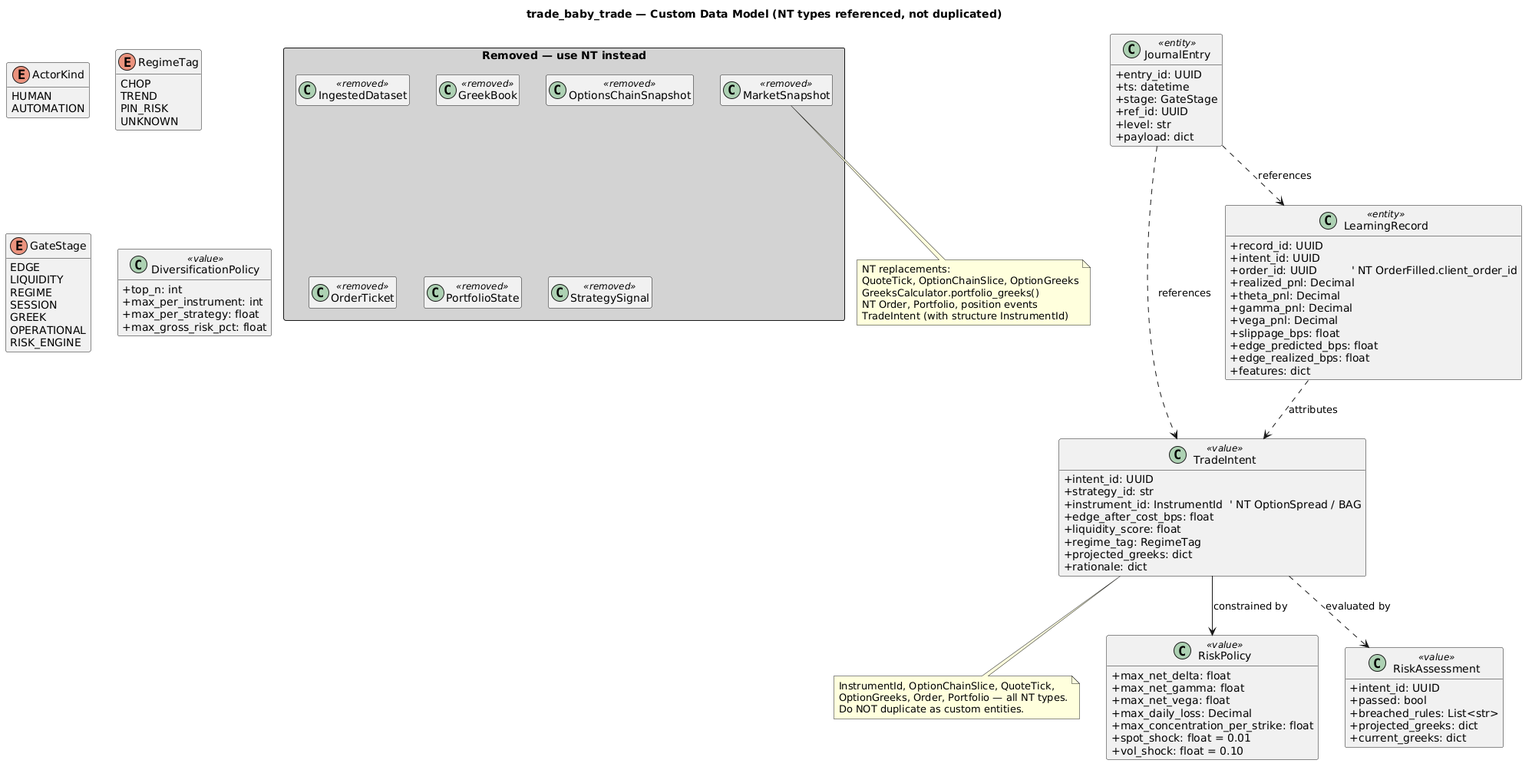
abhushansahu/nautilus-quant-scaffold keeps this PlantUML diagram as docs/design/data-model.png. Above is the earlier version.
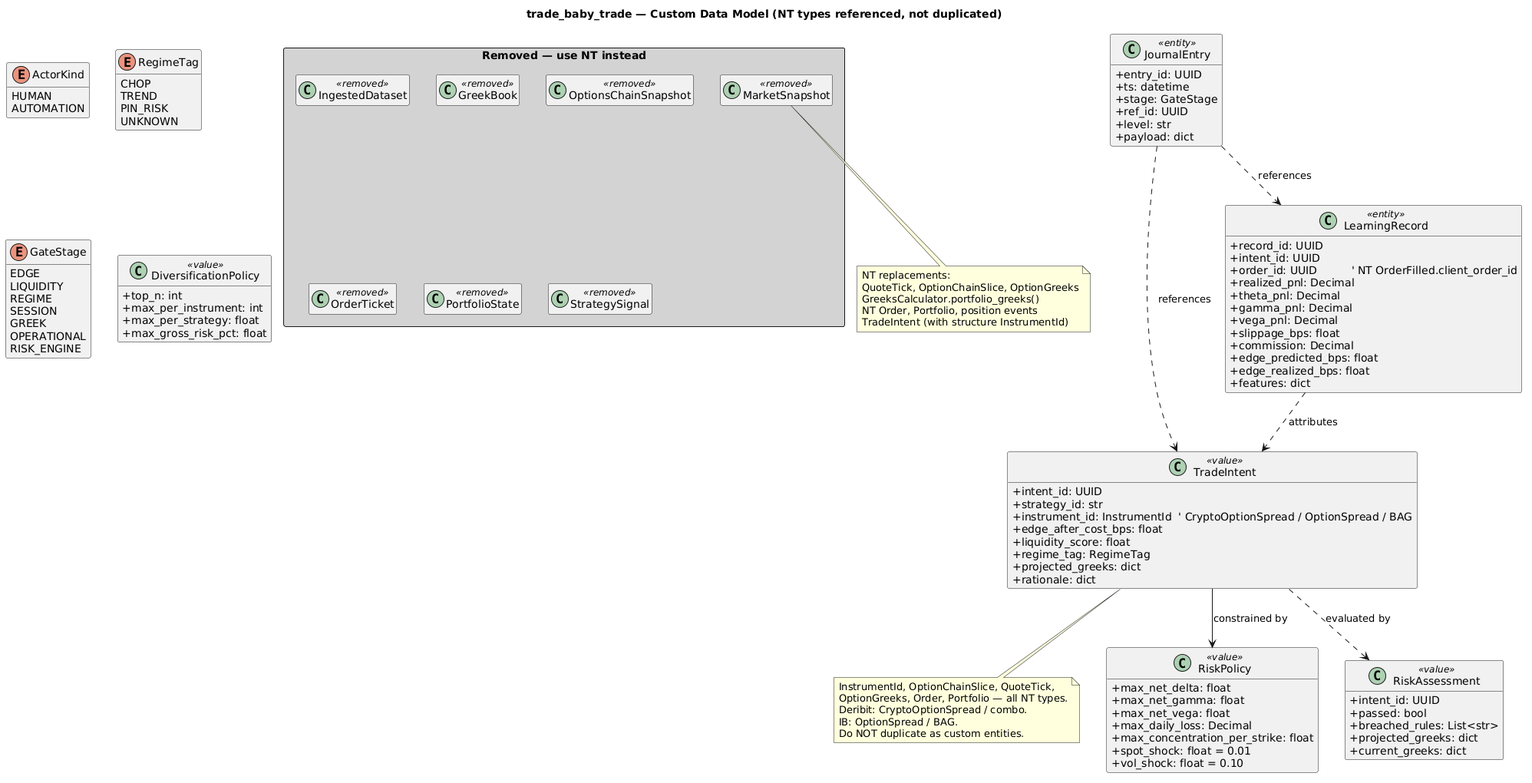
After the change.

The edit, as a diff of the source:
```diff
@@ -29,7 +29,7 @@
 class TradeIntent <<value>> {
   +intent_id: UUID
   +strategy_id: str
-  +instrument_id: InstrumentId  ' NT OptionSpread / BAG
+  +instrument_id: InstrumentId  ' CryptoOptionSpread / OptionSpread / BAG
   +edge_after_cost_bps: float
   +liquidity_score: float
   +regime_tag: RegimeTag
@@ -39,6 +39,8 @@
 note bottom of TradeIntent
   InstrumentId, OptionChainSlice, QuoteTick,
   OptionGreeks, Order, Portfolio — all NT types.
+  Deribit: CryptoOptionSpread / combo.
+  IB: OptionSpread / BAG.
   Do NOT duplicate as custom entities.
 end note
 
@@ -76,6 +78,7 @@
   +gamma_pnl: Decimal
   +vega_pnl: Decimal
   +slippage_bps: float
+  +commission: Decimal
   +edge_predicted_bps: float
   +edge_realized_bps: float
   +features: dict
```
